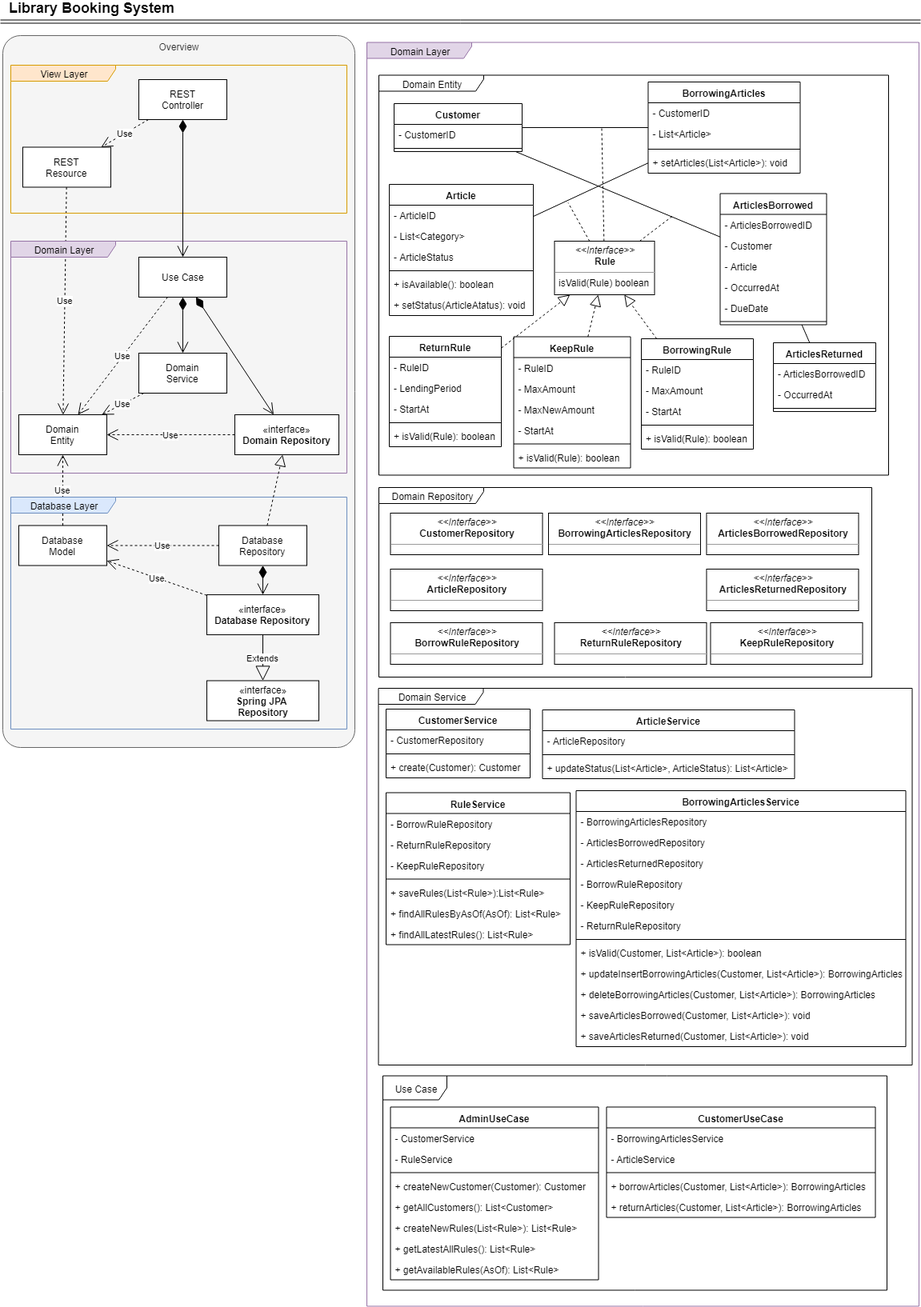
takeshi-omae-lws/media keeps this draw.io diagram as LibraryBookingSystem.png. Above is the earlier version. Source tidied: cells renumbered, new cells last; positions are measured from the earlier drawing's top-left corner, leaving out a move shared by most shapes.
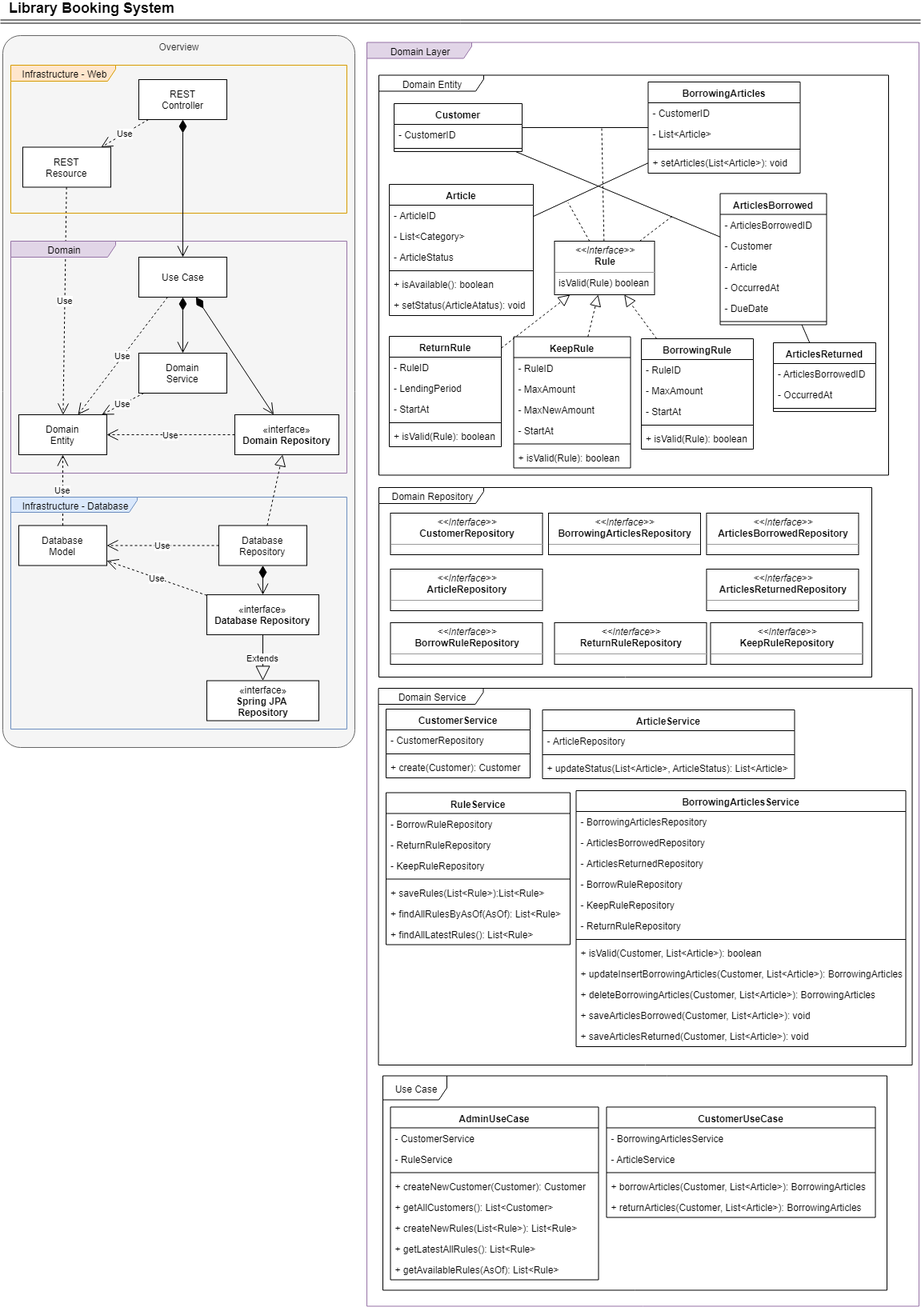
Later version of the same file.

The edit, as a diff of the source:
```diff
@@ -14,13 +14,13 @@
     <mxCell id="5" value="Use" style="endArrow=open;endSize=12;dashed=1;html=1;" parent="1" edge="1" source="136" target="121">
       <mxGeometry relative="1" as="geometry" />
     </mxCell>
-    <mxCell id="6" value="View Layer" style="shape=umlFrame;whiteSpace=wrap;html=1;width=131;height=20;fillColor=#ffe6cc;strokeColor=#d79b00;" parent="1" vertex="1">
+    <mxCell id="6" value="Infrastructure - Web" style="shape=umlFrame;whiteSpace=wrap;html=1;width=131;height=20;fillColor=#ffe6cc;strokeColor=#d79b00;" parent="1" vertex="1">
       <mxGeometry x="13" y="81" width="420" height="185" as="geometry" />
     </mxCell>
-    <mxCell id="7" value="Domain Layer" style="shape=umlFrame;whiteSpace=wrap;html=1;width=131;height=20;fillColor=#e1d5e7;strokeColor=#9673a6;" parent="1" vertex="1">
+    <mxCell id="7" value="Domain" style="shape=umlFrame;whiteSpace=wrap;html=1;width=131;height=20;fillColor=#e1d5e7;strokeColor=#9673a6;" parent="1" vertex="1">
       <mxGeometry x="13" y="301" width="420" height="290" as="geometry" />
     </mxCell>
-    <mxCell id="8" value="Database Layer" style="shape=umlFrame;whiteSpace=wrap;html=1;width=131;height=20;fillColor=#dae8fc;strokeColor=#6c8ebf;" parent="1" vertex="1">
+    <mxCell id="8" value="Infrastructure - Database" style="shape=umlFrame;whiteSpace=wrap;html=1;width=158;height=19;fillColor=#dae8fc;strokeColor=#6c8ebf;" parent="1" vertex="1">
       <mxGeometry x="13" y="621" width="420" height="290" as="geometry" />
     </mxCell>
     <mxCell id="9" value="Domain Service" style="shape=umlFrame;whiteSpace=wrap;html=1;width=131;height=20;" parent="1" vertex="1">
```
